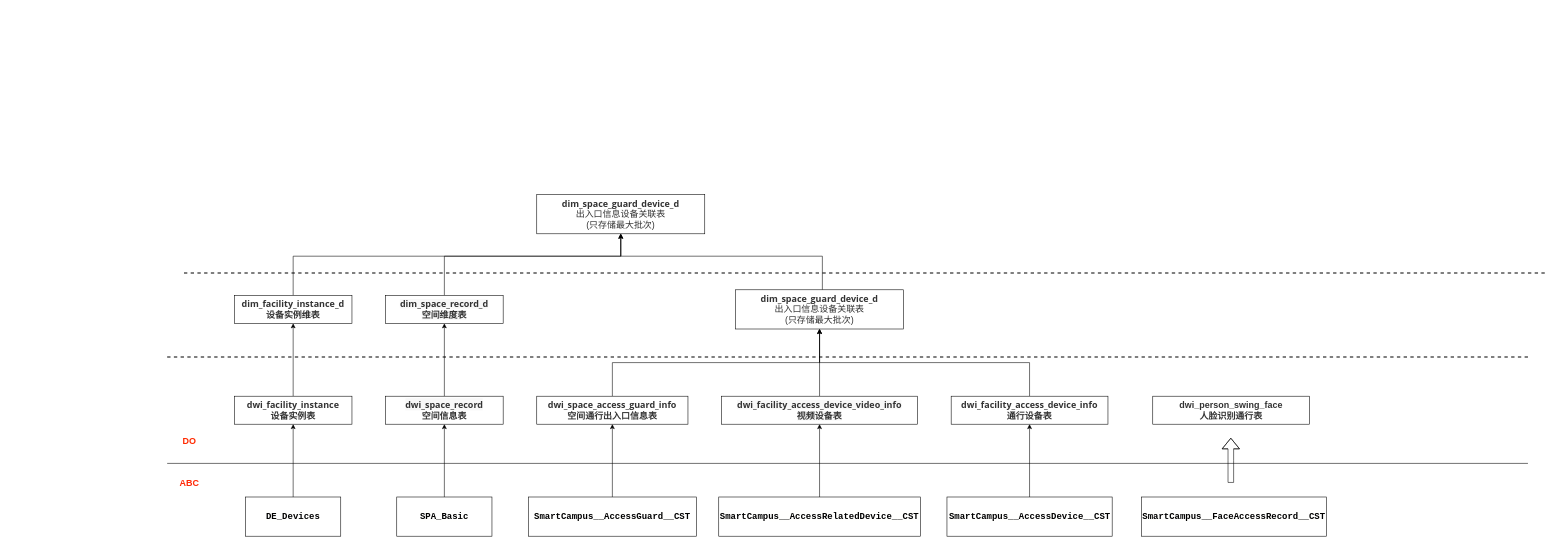
Earlier version of the draw.io diagram 人员态势/人员通行.drawio (qiuyu828/gxsjj). Source tidied: cells renumbered, new cells numbered last; positions are measured from the earlier drawing's top-left corner, leaving out a move shared by most shapes. Both pictures are drawn from the tidied source at 56%, with x=0, y=0 at pixel (133, 194).
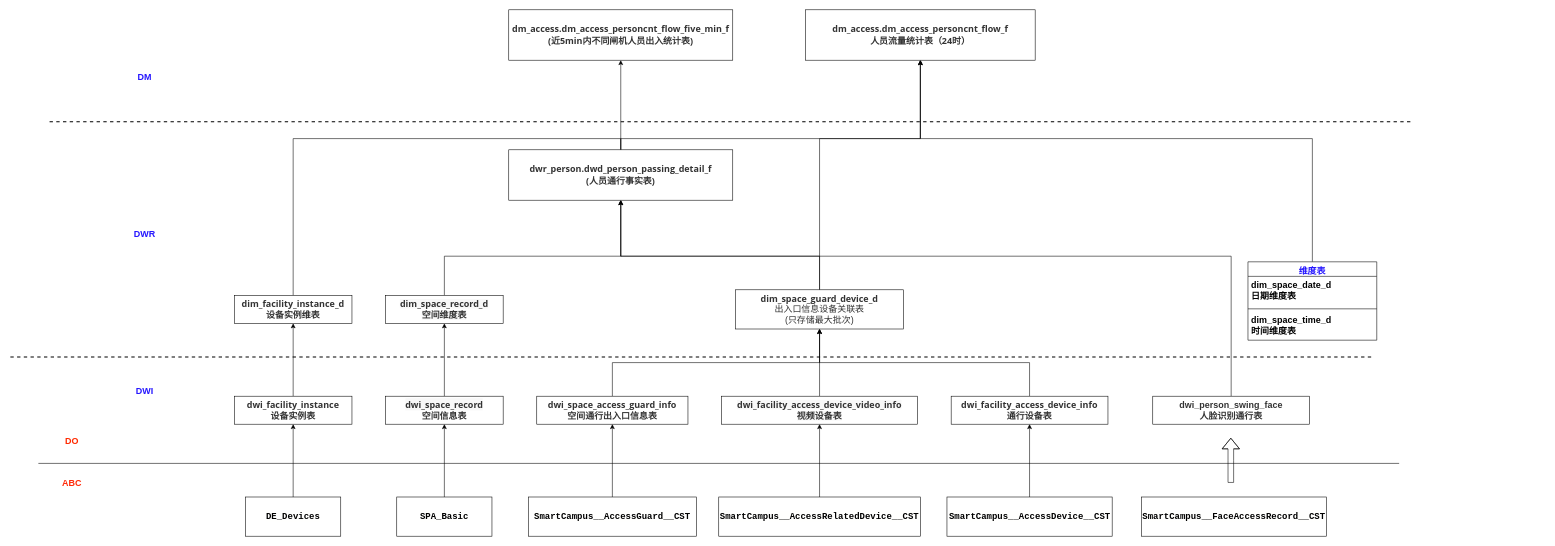
The same page after the edit.

Commit message (it also covers changes not shown here):
更新人员通行.drawio

The change refers to these unchanged cells:
```xml
<mxCell id="20" value="&lt;span style=&quot;text-align: left ; background-color: rgb(255 , 255 , 255)&quot;&gt;&lt;font&gt;&lt;b style=&quot;color: rgb(51 , 51 , 51) ; font-size: 16px&quot;&gt;dwi_person_swing_face&lt;/b&gt;&lt;br&gt;&lt;font color=&quot;#333333&quot;&gt;&lt;b&gt;人脸识别通行表&lt;/b&gt;&lt;/font&gt;&lt;br&gt;&lt;/font&gt;&lt;/span&gt;" style="rounded=0;whiteSpace=wrap;html=1;fontSize=16;" parent="1" vertex="1">
  <mxGeometry x="1820" y="360" width="280" height="50" as="geometry" />
</mxCell>
<mxCell id="28" value="&lt;span style=&quot;text-align: left ; background-color: rgb(255 , 255 , 255)&quot;&gt;&lt;b style=&quot;color: rgb(51 , 51 , 51) ; font-family: &amp;#34;open sans&amp;#34; , &amp;#34;clear sans&amp;#34; , &amp;#34;helvetica neue&amp;#34; , &amp;#34;helvetica&amp;#34; , &amp;#34;arial&amp;#34; , sans-serif ; font-size: 16px&quot;&gt;dim_facility_instance_d&lt;/b&gt;&lt;br&gt;&lt;font color=&quot;#333333&quot; face=&quot;open sans, clear sans, helvetica neue, helvetica, arial, sans-serif&quot;&gt;&lt;b&gt;设备实例维表&lt;/b&gt;&lt;/font&gt;&lt;br&gt;&lt;/span&gt;" style="rounded=0;whiteSpace=wrap;html=1;fontSize=16;" parent="1" vertex="1">
  <mxGeometry x="180" y="180" width="210" height="50" as="geometry" />
</mxCell>
<mxCell id="33" value="&lt;span style=&quot;color: rgb(51, 51, 51); font-family: &amp;quot;open sans&amp;quot;, &amp;quot;clear sans&amp;quot;, &amp;quot;helvetica neue&amp;quot;, helvetica, arial, sans-serif; font-size: 16px; text-align: left; background-color: rgb(255, 255, 255);&quot;&gt;&lt;b style=&quot;font-size: 16px;&quot;&gt;dim_space_guard_device_d&lt;br style=&quot;font-size: 16px;&quot;&gt;&lt;/b&gt;&lt;/span&gt;&lt;div style=&quot;resize: none; outline: 0px; font-size: 16px; color: rgb(50, 50, 50);&quot;&gt;出入口信息设备关联表&lt;/div&gt;&lt;div style=&quot;resize: none; outline: 0px; font-size: 16px; color: rgb(50, 50, 50);&quot;&gt;(只存储最大批次)&lt;/div&gt;" style="rounded=0;whiteSpace=wrap;html=1;fontSize=16;" parent="1" vertex="1">
  <mxGeometry x="1075" y="170" width="300" height="70" as="geometry" />
</mxCell>
```

Diff of the diagram source:
```diff
@@
     <mxCell id="2" style="endArrow=none;html=1;fontSize=16;" parent="1" edge="1">
       <mxGeometry relative="1" as="geometry">
-        <mxPoint x="60" y="480" as="sourcePoint" />
-        <mxPoint x="2490" y="480" as="targetPoint" />
+        <mxPoint x="-170" y="480" as="sourcePoint" />
+        <mxPoint x="2260" y="480" as="targetPoint" />
       </mxGeometry>
     </mxCell>
@@
+    <mxCell id="37" style="edgeStyle=orthogonalEdgeStyle;rounded=0;jettySize=auto;html=1;entryX=0.5;entryY=1;entryDx=0;entryDy=0;fontSize=16;fontColor=#FF2A00;" parent="1" edge="1" source="20" target="36">
+      <mxGeometry relative="1" as="geometry">
+        <Array as="points">
+          <mxPoint x="1960" y="110" />
+          <mxPoint x="870" y="110" />
+        </Array>
+      </mxGeometry>
+    </mxCell>
@@
     <mxCell id="26" value="&lt;font style=&quot;font-size: 16px;&quot;&gt;&lt;b style=&quot;font-size: 16px;&quot;&gt;DO&lt;/b&gt;&lt;/font&gt;" style="text;html=1;strokeColor=none;fillColor=none;align=center;verticalAlign=middle;whiteSpace=wrap;rounded=0;fontSize=16;fontColor=#FF2A00;" parent="1" vertex="1">
-      <mxGeometry y="390" width="200" height="100" as="geometry" />
+      <mxGeometry x="-210" y="390" width="200" height="100" as="geometry" />
     </mxCell>
     <mxCell id="27" style="edgeStyle=orthogonalEdgeStyle;rounded=0;jettySize=auto;html=1;entryX=0.5;entryY=1;entryDx=0;entryDy=0;fontSize=16;fontColor=#FF2A00;" parent="1" edge="1" source="28" target="36">
       <mxGeometry relative="1" as="geometry">
         <Array as="points">
-          <mxPoint x="285" y="110" />
-          <mxPoint x="870" y="110" />
+          <mxPoint x="285" y="-100" />
+          <mxPoint x="870" y="-100" />
         </Array>
       </mxGeometry>
     </mxCell>
@@
     <mxCell id="29" style="endArrow=none;dashed=1;html=1;strokeWidth=2;fontSize=16;" parent="1" edge="1">
       <mxGeometry relative="1" as="geometry">
-        <mxPoint x="60" y="290" as="sourcePoint" />
-        <mxPoint x="2490" y="290" as="targetPoint" />
+        <mxPoint x="-220" y="290" as="sourcePoint" />
+        <mxPoint x="2210" y="290" as="targetPoint" />
       </mxGeometry>
     </mxCell>
@@
-    <mxCell id="32" style="edgeStyle=orthogonalEdgeStyle;rounded=0;jettySize=auto;html=1;entryX=0.5;entryY=1;entryDx=0;entryDy=0;fontSize=16;fontColor=#FF2A00;" parent="1" edge="1" source="33" target="36">
+    <mxCell id="32" style="edgeStyle=orthogonalEdgeStyle;rounded=0;jettySize=auto;html=1;entryX=0.5;entryY=1;entryDx=0;entryDy=0;fontSize=16;fontColor=#2617FF;" parent="1" edge="1" source="33" target="36">
       <mxGeometry relative="1" as="geometry">
         <Array as="points">
-          <mxPoint x="1230" y="110" />
+          <mxPoint x="1225" y="110" />
           <mxPoint x="870" y="110" />
         </Array>
       </mxGeometry>
     </mxCell>
+    <mxCell id="38" style="edgeStyle=orthogonalEdgeStyle;rounded=0;jettySize=auto;html=1;entryX=0.5;entryY=1;entryDx=0;entryDy=0;fontSize=16;fontColor=#2617FF;" parent="1" edge="1" source="33" target="44">
+      <mxGeometry relative="1" as="geometry">
+        <Array as="points">
+          <mxPoint x="1225" y="-100" />
+          <mxPoint x="1405" y="-100" />
+        </Array>
+      </mxGeometry>
+    </mxCell>
@@
     <mxCell id="34" value="&lt;font style=&quot;font-size: 16px;&quot;&gt;&lt;b style=&quot;font-size: 16px;&quot;&gt;ABC&lt;/b&gt;&lt;/font&gt;" style="text;html=1;strokeColor=none;fillColor=none;align=center;verticalAlign=middle;whiteSpace=wrap;rounded=0;fontSize=16;fontColor=#FF2B0A;" parent="1" vertex="1">
-      <mxGeometry y="465" width="200" height="100" as="geometry" />
+      <mxGeometry x="-210" y="465" width="200" height="100" as="geometry" />
     </mxCell>
     <mxCell id="35" style="endArrow=none;dashed=1;html=1;strokeWidth=2;fontSize=16;" parent="1" edge="1">
       <mxGeometry relative="1" as="geometry">
-        <mxPoint x="90" y="140" as="sourcePoint" />
-        <mxPoint x="2520" y="140" as="targetPoint" />
+        <mxPoint x="-150" y="-130" as="sourcePoint" />
+        <mxPoint x="2280" y="-130" as="targetPoint" />
       </mxGeometry>
     </mxCell>
+    <mxCell id="39" style="edgeStyle=orthogonalEdgeStyle;rounded=0;jettySize=auto;html=1;entryX=0.5;entryY=1;entryDx=0;entryDy=0;fontSize=16;fontColor=#2617FF;" parent="1" edge="1" source="36" target="45">
+      <mxGeometry relative="1" as="geometry" />
+    </mxCell>
+    <mxCell id="40" style="edgeStyle=orthogonalEdgeStyle;rounded=0;jettySize=auto;html=1;entryX=0.5;entryY=1;entryDx=0;entryDy=0;fontSize=16;fontColor=#2617FF;" parent="1" edge="1" source="36" target="44">
+      <mxGeometry relative="1" as="geometry">
+        <Array as="points">
+          <mxPoint x="870" y="-100" />
+          <mxPoint x="1405" y="-100" />
+        </Array>
+      </mxGeometry>
+    </mxCell>
-    <mxCell id="36" value="&lt;span style=&quot;color: rgb(51, 51, 51); font-family: &amp;quot;open sans&amp;quot;, &amp;quot;clear sans&amp;quot;, &amp;quot;helvetica neue&amp;quot;, helvetica, arial, sans-serif; font-size: 16px; text-align: left; background-color: rgb(255, 255, 255);&quot;&gt;&lt;b style=&quot;font-size: 16px;&quot;&gt;dim_space_guard_device_d&lt;br style=&quot;font-size: 16px;&quot;&gt;&lt;/b&gt;&lt;/span&gt;&lt;div style=&quot;resize: none; outline: 0px; font-size: 16px; color: rgb(50, 50, 50);&quot;&gt;出入口信息设备关联表&lt;/div&gt;&lt;div style=&quot;resize: none; outline: 0px; font-size: 16px; color: rgb(50, 50, 50);&quot;&gt;(只存储最大批次)&lt;/div&gt;" style="rounded=0;whiteSpace=wrap;html=1;fontSize=16;" parent="1" vertex="1">
-      <mxGeometry x="720" width="300" height="70" as="geometry" />
+    <mxCell id="36" value="&lt;div&gt;&lt;font color=&quot;#333333&quot; face=&quot;open sans, clear sans, helvetica neue, helvetica, arial, sans-serif&quot;&gt;&lt;b&gt;dwr_person.dwd_person_passing_detail_f&lt;/b&gt;&lt;/font&gt;&lt;/div&gt;&lt;div&gt;&lt;font color=&quot;#333333&quot; face=&quot;open sans, clear sans, helvetica neue, helvetica, arial, sans-serif&quot;&gt;&lt;b&gt;(人员通行事实表)&lt;/b&gt;&lt;/font&gt;&lt;/div&gt;" style="rounded=0;whiteSpace=wrap;html=1;fontSize=16;align=center;" parent="1" vertex="1">
+      <mxGeometry x="670" y="-80" width="400" height="90" as="geometry" />
     </mxCell>
+    <mxCell id="41" value="&lt;font style=&quot;font-size: 16px&quot;&gt;&lt;b style=&quot;font-size: 16px&quot;&gt;DWI&lt;/b&gt;&lt;/font&gt;" style="text;html=1;strokeColor=none;fillColor=none;align=center;verticalAlign=middle;whiteSpace=wrap;rounded=0;fontSize=16;fontColor=#2617FF;" parent="1" vertex="1">
+      <mxGeometry x="-80" y="300" width="200" height="100" as="geometry" />
+    </mxCell>
+    <mxCell id="42" value="&lt;font style=&quot;font-size: 16px&quot;&gt;&lt;b style=&quot;font-size: 16px&quot;&gt;DM&lt;/b&gt;&lt;/font&gt;" style="text;html=1;strokeColor=none;fillColor=none;align=center;verticalAlign=middle;whiteSpace=wrap;rounded=0;fontSize=16;fontColor=#2617FF;" parent="1" vertex="1">
+      <mxGeometry x="-80" y="-260" width="200" height="100" as="geometry" />
+    </mxCell>
+    <mxCell id="43" value="&lt;font style=&quot;font-size: 16px&quot;&gt;&lt;b style=&quot;font-size: 16px&quot;&gt;DWR&lt;/b&gt;&lt;/font&gt;" style="text;html=1;strokeColor=none;fillColor=none;align=center;verticalAlign=middle;whiteSpace=wrap;rounded=0;fontSize=16;fontColor=#2617FF;" parent="1" vertex="1">
+      <mxGeometry x="-80" y="20" width="200" height="100" as="geometry" />
+    </mxCell>
+    <mxCell id="44" value="&lt;div&gt;&lt;/div&gt;&lt;b style=&quot;color: rgb(51 , 51 , 51) ; font-family: &amp;#34;open sans&amp;#34; , &amp;#34;clear sans&amp;#34; , &amp;#34;helvetica neue&amp;#34; , &amp;#34;helvetica&amp;#34; , &amp;#34;arial&amp;#34; , sans-serif&quot;&gt;dm_access.&lt;/b&gt;&lt;font color=&quot;#333333&quot; face=&quot;open sans, clear sans, helvetica neue, helvetica, arial, sans-serif&quot;&gt;&lt;b&gt;dm_access_personcnt_flow_f&lt;/b&gt;&lt;/font&gt;&lt;div&gt;&lt;font color=&quot;#333333&quot; face=&quot;open sans, clear sans, helvetica neue, helvetica, arial, sans-serif&quot;&gt;&lt;b&gt;人员流量统计表（24时）&lt;/b&gt;&lt;/font&gt;&lt;br&gt;&lt;/div&gt;" style="rounded=0;whiteSpace=wrap;html=1;fontSize=16;align=center;" parent="1" vertex="1">
+      <mxGeometry x="1200" y="-330" width="410" height="90" as="geometry" />
+    </mxCell>
+    <mxCell id="45" value="&lt;div&gt;&lt;font color=&quot;#333333&quot; face=&quot;open sans, clear sans, helvetica neue, helvetica, arial, sans-serif&quot;&gt;&lt;b&gt;dm_access.dm_access_personcnt_flow_five_min_f&lt;/b&gt;&lt;/font&gt;&lt;/div&gt;&lt;div&gt;&lt;font color=&quot;#333333&quot; face=&quot;open sans, clear sans, helvetica neue, helvetica, arial, sans-serif&quot;&gt;&lt;b&gt;(近5min内不同闸机人员出入统计表)&lt;/b&gt;&lt;/font&gt;&lt;/div&gt;" style="rounded=0;whiteSpace=wrap;html=1;fontSize=16;align=center;" parent="1" vertex="1">
+      <mxGeometry x="670" y="-330" width="400" height="90" as="geometry" />
+    </mxCell>
+    <mxCell id="46" style="edgeStyle=orthogonalEdgeStyle;rounded=0;jettySize=auto;html=1;fontSize=16;fontColor=#2617FF;entryX=0.5;entryY=1;entryDx=0;entryDy=0;" parent="1" edge="1" source="47" target="44">
+      <mxGeometry relative="1" as="geometry">
+        <Array as="points">
+          <mxPoint x="2105" y="-100" />
+          <mxPoint x="1405" y="-100" />
+        </Array>
+      </mxGeometry>
+    </mxCell>
+    <mxCell id="47" value="维度表" style="swimlane;fontStyle=1;align=center;verticalAlign=top;horizontal=1;startSize=26;fontSize=16;fontColor=#2617FF;" parent="1" vertex="1">
+      <mxGeometry x="1990" y="120" width="230" height="140" as="geometry" />
+    </mxCell>
+    <mxCell id="48" value="dim_space_date_d&#10;日期维度表" style="text;strokeColor=none;fillColor=none;align=left;verticalAlign=top;spacingLeft=4;spacingRight=4;overflow=hidden;fontSize=16;fontStyle=1;" parent="47" vertex="1">
+      <mxGeometry y="26" width="230" height="54" as="geometry" />
+    </mxCell>
+    <mxCell id="49" style="line;strokeWidth=1;fillColor=none;align=left;verticalAlign=middle;spacingTop=-1;spacingLeft=3;spacingRight=3;labelPosition=right;" parent="47" vertex="1">
+      <mxGeometry y="80" width="230" height="8" as="geometry" />
+    </mxCell>
+    <mxCell id="50" value="dim_space_time_d&#10;时间维度表" style="text;strokeColor=none;fillColor=none;align=left;verticalAlign=top;spacingLeft=4;spacingRight=4;overflow=hidden;fontSize=16;fontStyle=1;" parent="47" vertex="1">
+      <mxGeometry y="88" width="230" height="52" as="geometry" />
+    </mxCell>
```
